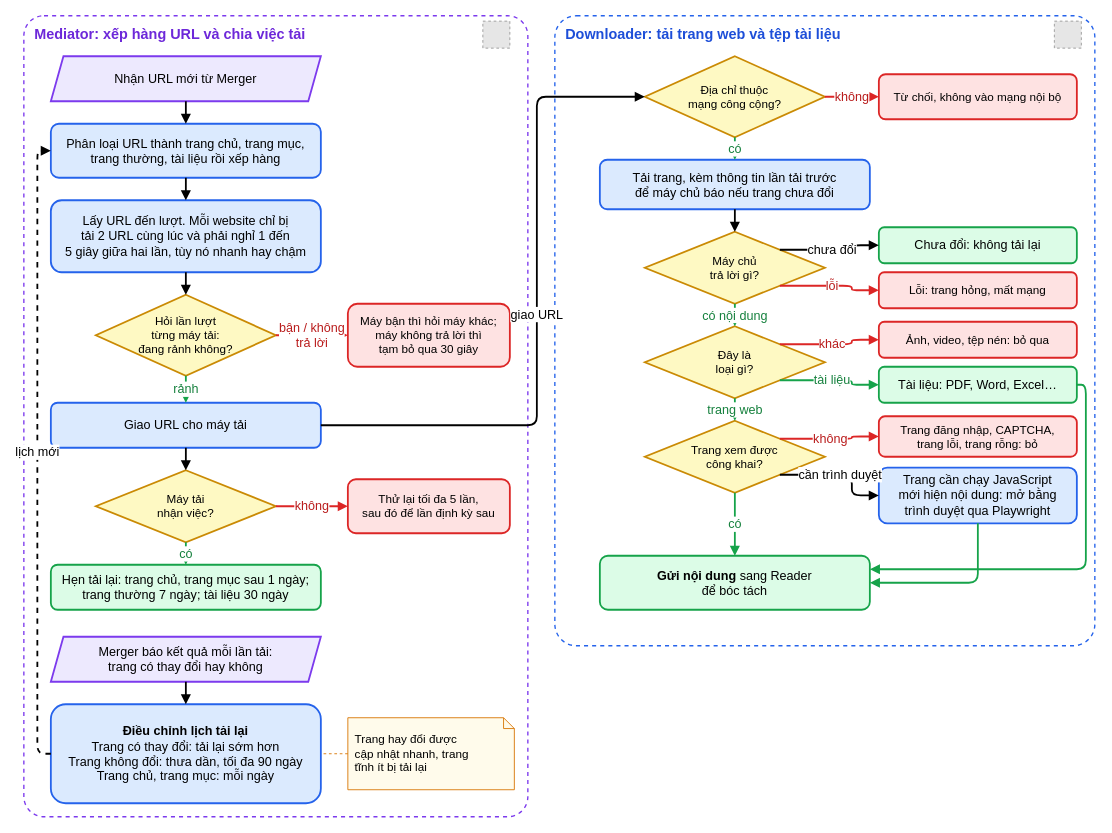
The draw.io diagram docs/report/diagrams/dieu-phoi-tai.drawio in doanan293/WebCorpusPipeline, before the edit. Source tidied: cells renumbered, new cells numbered last; positions are measured from the earlier drawing's top-left corner, leaving out a move shared by most shapes. Both pictures are drawn from the tidied source at 90%, with x=0, y=0 at pixel (23, 15). Pictures stored in the file or linked from it are replaced by grey dashed boxes.
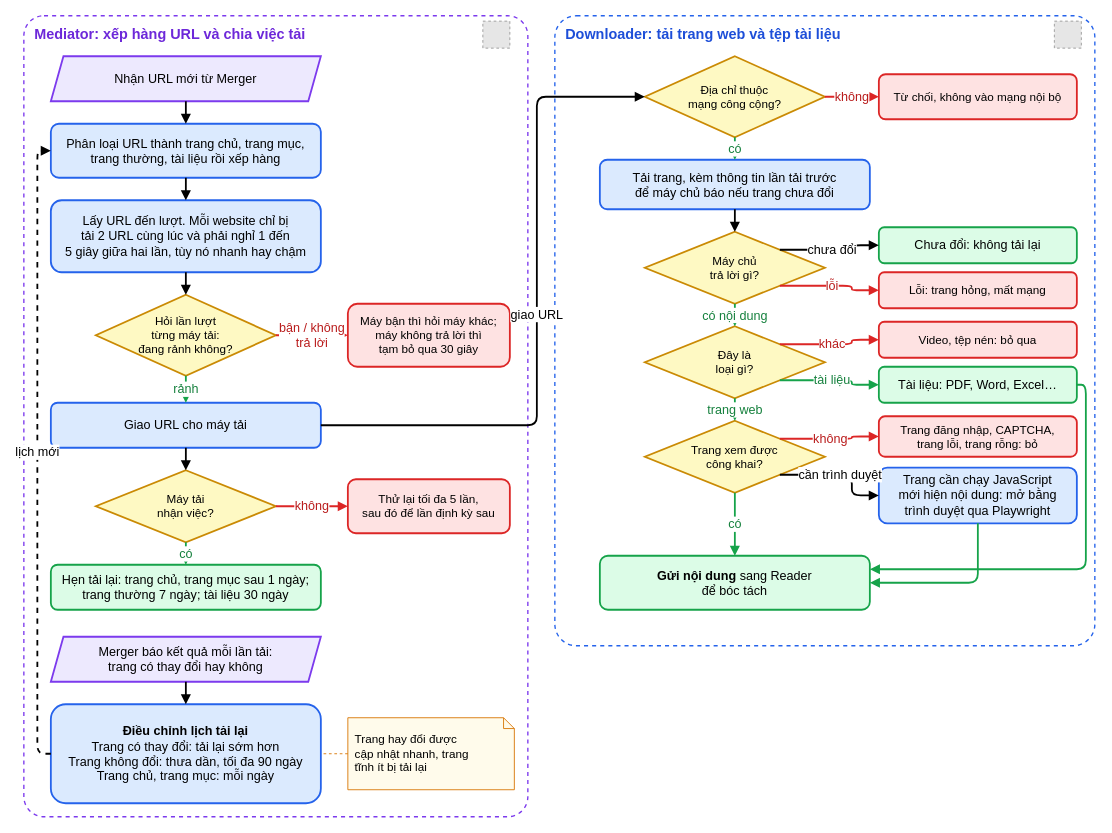
The same page after the edit.

Commit message (it also covers changes not shown here):
docs: stop listing pictures as skipped in the crawl diagrams

Diff of the diagram source:
```diff
@@
-    <mxCell id="36" value="Ảnh, video, tệp nén: bỏ qua" style="rounded=1;whiteSpace=wrap;html=1;fillColor=#FEE2E2;strokeColor=#DC2626;strokeWidth=2;fontSize=13;fontFamily=Helvetica;" parent="1" vertex="1">
+    <mxCell id="36" value="Video, tệp nén: bỏ qua" style="rounded=1;whiteSpace=wrap;html=1;fillColor=#FEE2E2;strokeColor=#DC2626;strokeWidth=2;fontSize=13;fontFamily=Helvetica;" parent="1" vertex="1">
       <mxGeometry x="950" y="340" width="220" height="40" as="geometry" />
     </mxCell>
```
